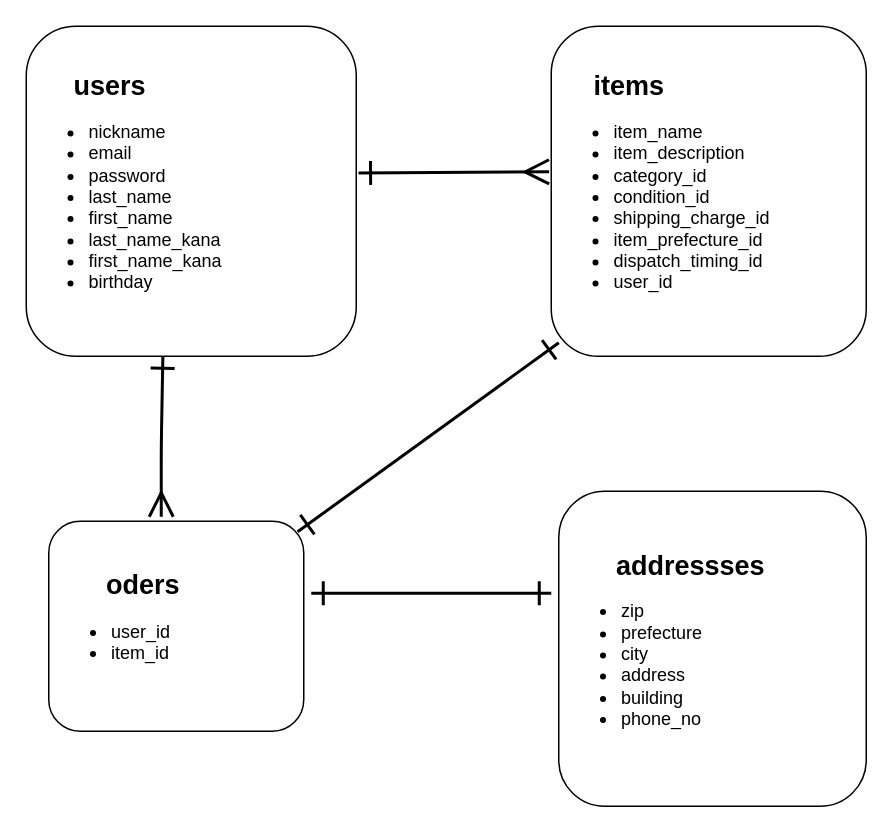
The draw.io diagram ER.drawio in ariyawala/furima-32539, before the edit. Source tidied: cells renumbered, new cells numbered last; positions are measured from the earlier drawing's top-left corner, leaving out a move shared by most shapes. Both pictures are drawn from the tidied source at 150%, with x=0, y=0 at pixel (26, 26).
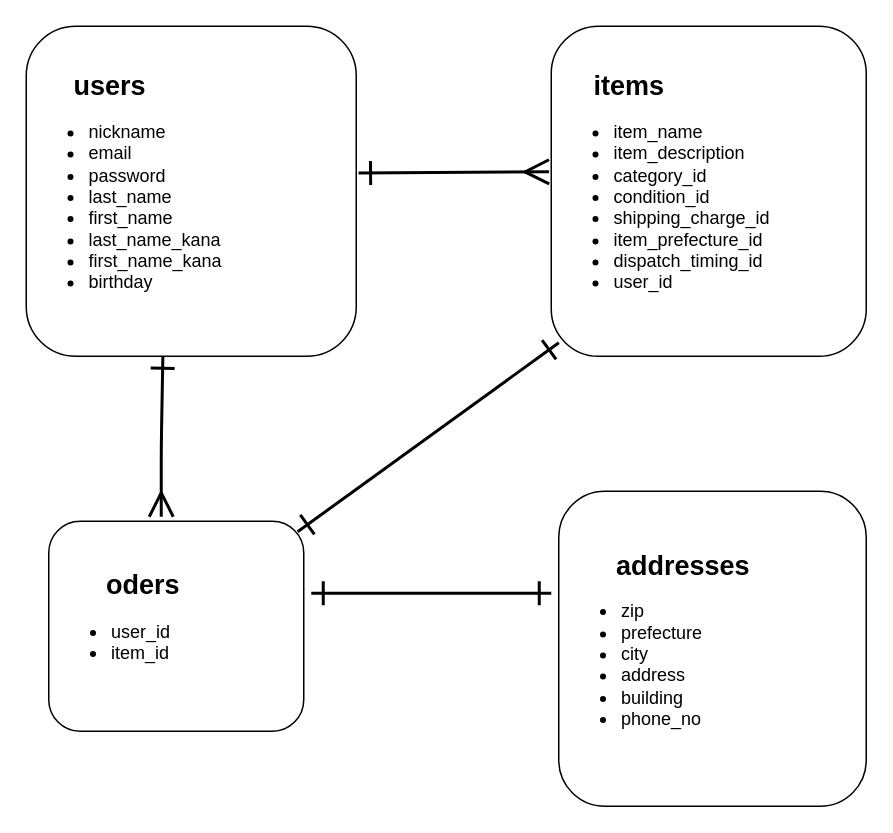
After the change.

Commit message (it also covers changes not shown here):
READEME items table priceカラムの追加

What changed in the source:
```diff
@@
 <mxGraphModel>
   <root>
     <mxCell id="0" />
     <mxCell id="1" parent="0" />
     <mxCell id="2" value="&amp;nbsp; &amp;nbsp; &amp;nbsp; &amp;nbsp; &amp;nbsp;&lt;b&gt;&lt;font style=&quot;font-size: 18px&quot;&gt;users&lt;/font&gt;&lt;/b&gt;&lt;br&gt;&lt;ul&gt;&lt;li&gt;nickname&lt;/li&gt;&lt;li&gt;email&lt;/li&gt;&lt;li&gt;password&lt;/li&gt;&lt;li&gt;last_name&lt;/li&gt;&lt;li&gt;first_name&lt;/li&gt;&lt;li&gt;last_name_kana&lt;/li&gt;&lt;li&gt;first_name_kana&lt;/li&gt;&lt;li&gt;birthday&lt;/li&gt;&lt;/ul&gt;" style="rounded=1;whiteSpace=wrap;html=1;align=left;" parent="1" vertex="1">
       <mxGeometry width="220" height="220" as="geometry" />
     </mxCell>
     <mxCell id="3" value="&amp;nbsp; &amp;nbsp; &amp;nbsp; &amp;nbsp; &lt;b&gt;&lt;font style=&quot;font-size: 18px&quot;&gt;items&lt;br&gt;&lt;/font&gt;&lt;/b&gt;&lt;ul&gt;&lt;li&gt;item_name&lt;/li&gt;&lt;li&gt;item_description&lt;/li&gt;&lt;li&gt;category_id&lt;/li&gt;&lt;li&gt;condition_id&lt;/li&gt;&lt;li&gt;shipping_charge_id&lt;/li&gt;&lt;li&gt;item_prefecture_id&lt;/li&gt;&lt;li&gt;dispatch_timing_id&lt;/li&gt;&lt;li&gt;user_id&lt;/li&gt;&lt;/ul&gt;" style="rounded=1;whiteSpace=wrap;html=1;align=left;" parent="1" vertex="1">
       <mxGeometry x="350" width="210" height="220" as="geometry" />
     </mxCell>
     <mxCell id="4" value="&amp;nbsp; &amp;nbsp; &amp;nbsp; &amp;nbsp; &amp;nbsp; &amp;nbsp;&lt;b&gt;&lt;font style=&quot;font-size: 18px&quot;&gt;oders&lt;br&gt;&lt;/font&gt;&lt;/b&gt;&lt;ul&gt;&lt;li&gt;&lt;span&gt;user_id&lt;/span&gt;&lt;br&gt;&lt;/li&gt;&lt;li&gt;&lt;span&gt;item_id&lt;/span&gt;&lt;/li&gt;&lt;/ul&gt;" style="rounded=1;whiteSpace=wrap;html=1;align=left;" parent="1" vertex="1">
       <mxGeometry x="15" y="330" width="170" height="140" as="geometry" />
     </mxCell>
     <mxCell id="5" style="endArrow=ERmany;html=1;entryX=-0.007;entryY=0.441;entryDx=0;entryDy=0;entryPerimeter=0;exitX=1.007;exitY=0.445;exitDx=0;exitDy=0;exitPerimeter=0;endFill=0;startArrow=ERone;startFill=0;strokeWidth=2;endSize=13;startSize=13;" parent="1" edge="1" source="2" target="3">
       <mxGeometry relative="1" as="geometry" />
     </mxCell>
     <mxCell id="6" style="endArrow=ERmany;html=1;exitX=0.414;exitY=1;exitDx=0;exitDy=0;endFill=0;startArrow=ERone;startFill=0;strokeWidth=2;endSize=13;startSize=13;exitPerimeter=0;" parent="1" edge="1" source="2">
       <mxGeometry relative="1" as="geometry">
         <mxPoint x="90" y="327" as="targetPoint" />
         <Array as="points">
           <mxPoint x="90" y="280" />
         </Array>
       </mxGeometry>
     </mxCell>
     <mxCell id="7" style="endArrow=ERone;html=1;startArrow=ERone;startFill=0;endFill=0;strokeWidth=2;exitX=0.976;exitY=0.05;exitDx=0;exitDy=0;targetPerimeterSpacing=0;endSize=13;startSize=13;exitPerimeter=0;entryX=0.024;entryY=0.959;entryDx=0;entryDy=0;entryPerimeter=0;" parent="1" edge="1" source="4" target="3">
       <mxGeometry relative="1" as="geometry" />
     </mxCell>
     <mxCell id="8" style="edgeStyle=orthogonalEdgeStyle;rounded=0;orthogonalLoop=1;jettySize=auto;html=1;exitX=0.5;exitY=1;exitDx=0;exitDy=0;startArrow=ERone;startFill=0;endArrow=ERone;endFill=0;strokeWidth=3;" parent="1" edge="1" source="3" target="3">
       <mxGeometry relative="1" as="geometry" />
     </mxCell>
-    <mxCell id="9" value="&amp;nbsp; &amp;nbsp; &amp;nbsp; &amp;nbsp; &amp;nbsp; &amp;nbsp;&lt;font style=&quot;font-size: 18px&quot;&gt;&lt;b&gt;addressses&lt;/b&gt;&lt;/font&gt;&lt;b&gt;&lt;font style=&quot;font-size: 18px&quot;&gt;&lt;br&gt;&lt;/font&gt;&lt;/b&gt;&lt;ul&gt;&lt;li&gt;zip&lt;/li&gt;&lt;li&gt;prefecture&lt;/li&gt;&lt;li&gt;city&lt;/li&gt;&lt;li&gt;address&lt;/li&gt;&lt;li&gt;building&lt;/li&gt;&lt;li&gt;phone_no&lt;/li&gt;&lt;/ul&gt;" style="rounded=1;whiteSpace=wrap;html=1;align=left;" parent="1" vertex="1">
+    <mxCell id="9" value="&amp;nbsp; &amp;nbsp; &amp;nbsp; &amp;nbsp; &amp;nbsp; &amp;nbsp;&lt;font style=&quot;font-size: 18px&quot;&gt;&lt;b&gt;addresses&lt;/b&gt;&lt;/font&gt;&lt;b&gt;&lt;font style=&quot;font-size: 18px&quot;&gt;&lt;br&gt;&lt;/font&gt;&lt;/b&gt;&lt;ul&gt;&lt;li&gt;zip&lt;/li&gt;&lt;li&gt;prefecture&lt;/li&gt;&lt;li&gt;city&lt;/li&gt;&lt;li&gt;address&lt;/li&gt;&lt;li&gt;building&lt;/li&gt;&lt;li&gt;phone_no&lt;/li&gt;&lt;/ul&gt;" style="rounded=1;whiteSpace=wrap;html=1;align=left;" parent="1" vertex="1">
       <mxGeometry x="355" y="310" width="205" height="210" as="geometry" />
     </mxCell>
     <mxCell id="10" style="endArrow=ERone;html=1;startArrow=ERone;startFill=0;endFill=0;strokeWidth=2;targetPerimeterSpacing=0;endSize=13;startSize=13;" parent="1" edge="1">
       <mxGeometry relative="1" as="geometry">
         <mxPoint x="350" y="378" as="sourcePoint" />
         <mxPoint x="190" y="378" as="targetPoint" />
         <Array as="points">
           <mxPoint x="350" y="378" />
         </Array>
       </mxGeometry>
     </mxCell>
   </root>
 </mxGraphModel>
```
